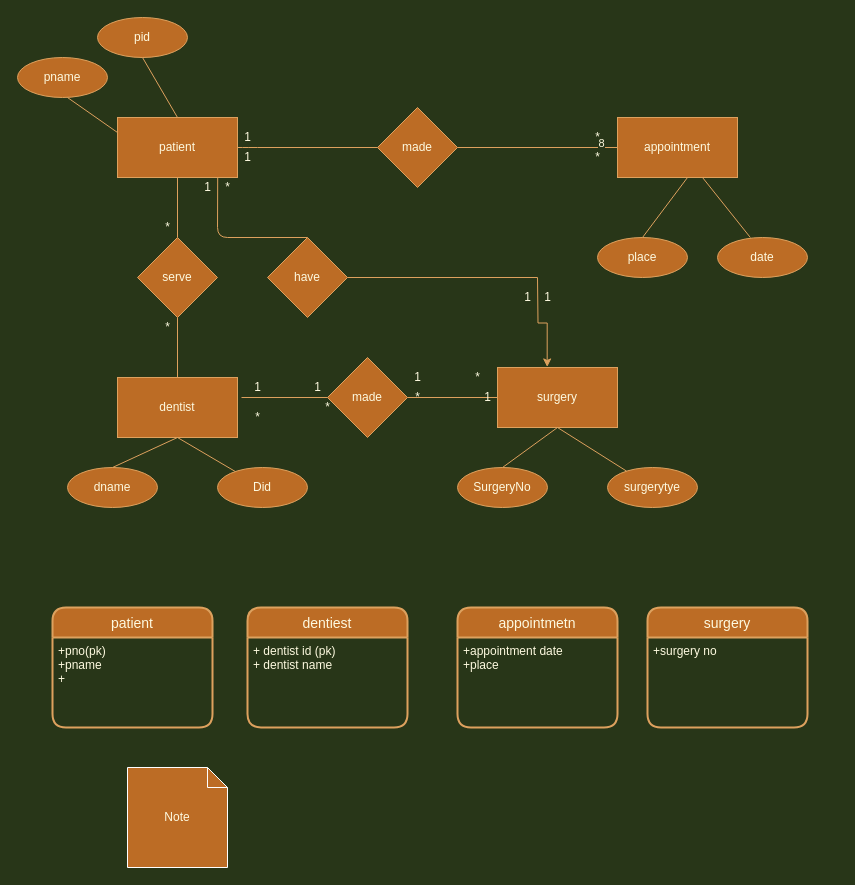
reddaGz/CS_418Database keeps this draw.io diagram as Untitled Diagram.drawio. Above is the earlier version. Source tidied: cells renumbered, new cells numbered last; positions are measured from the earlier drawing's top-left corner, leaving out a move shared by most shapes. Both pictures are drawn from the tidied source at 100%, with x=0, y=0 at pixel (17, 17).
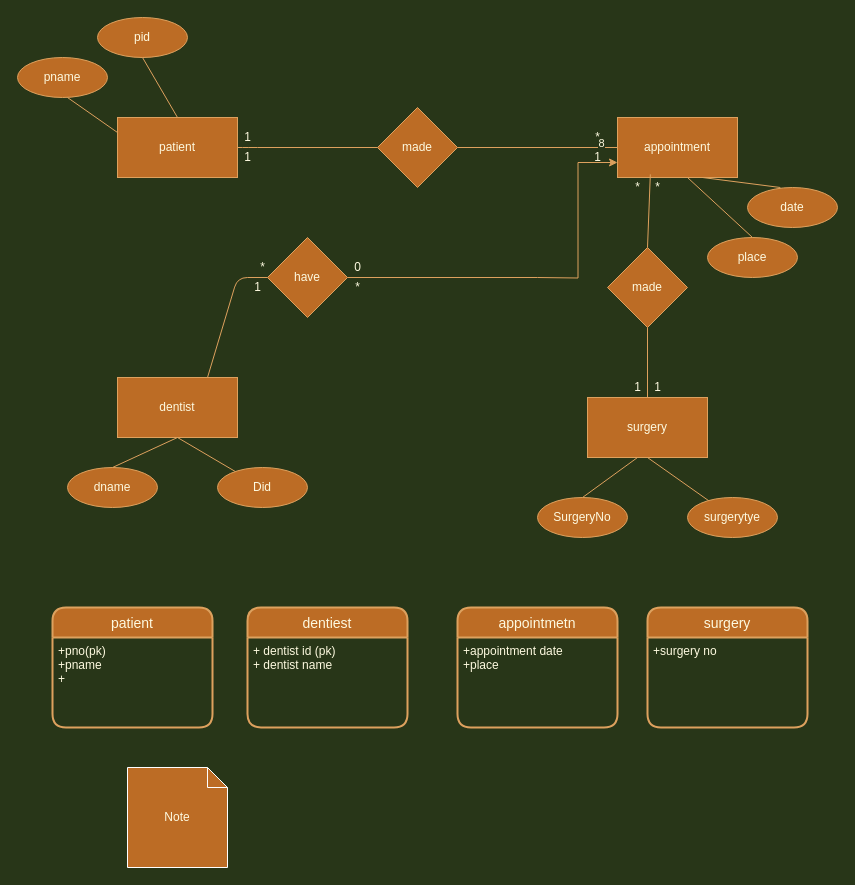
The same diagram, later.

Unchanged cells that the change refers to:
```xml
<mxCell id="2" value="patient" style="rounded=0;whiteSpace=wrap;html=1;fillColor=#BC6C25;strokeColor=#DDA15E;fontColor=#FEFAE0;" parent="1" vertex="1">
  <mxGeometry x="100" y="100" width="120" height="60" as="geometry" />
</mxCell>
<mxCell id="3" value="appointment" style="rounded=0;whiteSpace=wrap;html=1;fillColor=#BC6C25;strokeColor=#DDA15E;fontColor=#FEFAE0;" parent="1" vertex="1">
  <mxGeometry x="600" y="100" width="120" height="60" as="geometry" />
</mxCell>
<mxCell id="5" value="dentist" style="rounded=0;whiteSpace=wrap;html=1;fillColor=#BC6C25;strokeColor=#DDA15E;fontColor=#FEFAE0;" parent="1" vertex="1">
  <mxGeometry x="100" y="360" width="120" height="60" as="geometry" />
</mxCell>
<mxCell id="44" value="have" style="rhombus;whiteSpace=wrap;html=1;fillColor=#BC6C25;strokeColor=#DDA15E;fontColor=#FEFAE0;" parent="1" vertex="1">
  <mxGeometry x="250" y="220" width="80" height="80" as="geometry" />
</mxCell>
```

Change to the diagram source:
```diff
@@
     <mxCell id="6" value="surgery" style="rounded=0;whiteSpace=wrap;html=1;fillColor=#BC6C25;strokeColor=#DDA15E;fontColor=#FEFAE0;" parent="1" vertex="1">
-      <mxGeometry x="480" y="350" width="120" height="60" as="geometry" />
+      <mxGeometry x="570" y="380" width="120" height="60" as="geometry" />
     </mxCell>
-    <mxCell id="7" style="endArrow=none;html=1;entryX=0.5;entryY=1;entryDx=0;entryDy=0;strokeColor=#DDA15E;fontColor=#FEFAE0;labelBackgroundColor=#283618;" parent="1" edge="1" source="27" target="2">
-      <mxGeometry relative="1" as="geometry" />
-    </mxCell>
@@
     <mxCell id="15" value="date" style="ellipse;whiteSpace=wrap;html=1;fillColor=#BC6C25;strokeColor=#DDA15E;fontColor=#FEFAE0;" parent="1" vertex="1">
-      <mxGeometry x="700" y="220" width="90" height="40" as="geometry" />
+      <mxGeometry x="730" y="170" width="90" height="40" as="geometry" />
     </mxCell>
     <mxCell id="16" value="place" style="ellipse;whiteSpace=wrap;html=1;fillColor=#BC6C25;strokeColor=#DDA15E;fontColor=#FEFAE0;" parent="1" vertex="1">
-      <mxGeometry x="580" y="220" width="90" height="40" as="geometry" />
+      <mxGeometry x="690" y="220" width="90" height="40" as="geometry" />
     </mxCell>
     <mxCell id="17" value="SurgeryNo" style="ellipse;whiteSpace=wrap;html=1;fillColor=#BC6C25;strokeColor=#DDA15E;fontColor=#FEFAE0;" parent="1" vertex="1">
-      <mxGeometry x="440" y="450" width="90" height="40" as="geometry" />
+      <mxGeometry x="520" y="480" width="90" height="40" as="geometry" />
     </mxCell>
     <mxCell id="18" value="surgerytye" style="ellipse;whiteSpace=wrap;html=1;fillColor=#BC6C25;strokeColor=#DDA15E;fontColor=#FEFAE0;" parent="1" vertex="1">
-      <mxGeometry x="590" y="450" width="90" height="40" as="geometry" />
+      <mxGeometry x="670" y="480" width="90" height="40" as="geometry" />
     </mxCell>
@@
     <mxCell id="23" style="endArrow=none;html=1;exitX=0.5;exitY=0;exitDx=0;exitDy=0;strokeColor=#DDA15E;fontColor=#FEFAE0;labelBackgroundColor=#283618;" parent="1" edge="1" source="17">
       <mxGeometry relative="1" as="geometry">
-        <mxPoint x="540" y="410" as="targetPoint" />
+        <mxPoint x="620" y="440" as="targetPoint" />
       </mxGeometry>
     </mxCell>
@@
-    <mxCell id="27" value="serve" style="rhombus;whiteSpace=wrap;html=1;fillColor=#BC6C25;strokeColor=#DDA15E;fontColor=#FEFAE0;" parent="1" vertex="1">
-      <mxGeometry x="120" y="220" width="80" height="80" as="geometry" />
-    </mxCell>
-    <mxCell id="28" style="endArrow=none;html=1;entryX=0.5;entryY=1;entryDx=0;entryDy=0;strokeColor=#DDA15E;fontColor=#FEFAE0;labelBackgroundColor=#283618;" parent="1" edge="1" source="5" target="27">
-      <mxGeometry relative="1" as="geometry" />
-    </mxCell>
-    <mxCell id="29" style="endArrow=none;html=1;entryX=0.835;entryY=1;entryDx=0;entryDy=0;entryPerimeter=0;exitX=0.5;exitY=0;exitDx=0;exitDy=0;strokeColor=#DDA15E;fontColor=#FEFAE0;labelBackgroundColor=#283618;" parent="1" edge="1" source="44" target="2">
+    <mxCell id="29" style="endArrow=none;html=1;exitX=0;exitY=0.5;exitDx=0;exitDy=0;strokeColor=#DDA15E;fontColor=#FEFAE0;labelBackgroundColor=#283618;entryX=0.75;entryY=0;entryDx=0;entryDy=0;" parent="1" edge="1" source="44" target="5">
       <mxGeometry relative="1" as="geometry">
         <Array as="points">
-          <mxPoint x="200" y="220" />
+          <mxPoint x="220" y="260" />
         </Array>
       </mxGeometry>
     </mxCell>
-    <mxCell id="30" value="1" style="text;html=1;align=center;verticalAlign=middle;fillColor=none;strokeColor=none;rounded=0;fontColor=#FEFAE0;" parent="1" vertex="1">
-      <mxGeometry x="500" y="270" width="20" height="20" as="geometry" />
+    <mxCell id="30" value="0" style="text;html=1;align=center;verticalAlign=middle;fillColor=none;strokeColor=none;rounded=0;fontColor=#FEFAE0;" parent="1" vertex="1">
+      <mxGeometry x="330" y="240" width="20" height="20" as="geometry" />
     </mxCell>
-    <mxCell id="31" value="*" style="text;html=1;align=center;verticalAlign=middle;fontColor=#FEFAE0;" parent="1" vertex="1">
-      <mxGeometry x="140" y="200" width="20" height="20" as="geometry" />
-    </mxCell>
-    <mxCell id="32" value="*" style="text;html=1;align=center;verticalAlign=middle;fontColor=#FEFAE0;" parent="1" vertex="1">
-      <mxGeometry x="140" y="300" width="20" height="20" as="geometry" />
-    </mxCell>
     <mxCell id="33" value="made" style="rhombus;whiteSpace=wrap;html=1;fillColor=#BC6C25;strokeColor=#DDA15E;fontColor=#FEFAE0;" parent="1" vertex="1">
-      <mxGeometry x="310" y="340" width="80" height="80" as="geometry" />
+      <mxGeometry x="590" y="230" width="80" height="80" as="geometry" />
     </mxCell>
-    <mxCell id="34" style="endArrow=none;html=1;entryX=0;entryY=0.5;entryDx=0;entryDy=0;strokeColor=#DDA15E;fontColor=#FEFAE0;labelBackgroundColor=#283618;" parent="1" edge="1" target="33">
-      <mxGeometry relative="1" as="geometry">
-        <mxPoint x="224" y="380" as="sourcePoint" />
-      </mxGeometry>
+    <mxCell id="34" style="endArrow=none;html=1;entryX=0.5;entryY=0;entryDx=0;entryDy=0;strokeColor=#DDA15E;fontColor=#FEFAE0;labelBackgroundColor=#283618;exitX=0.142;exitY=-0.158;exitDx=0;exitDy=0;exitPerimeter=0;" parent="1" edge="1" source="36" target="33">
+      <mxGeometry relative="1" as="geometry" />
     </mxCell>
-    <mxCell id="35" style="endArrow=none;html=1;entryX=1;entryY=0.5;entryDx=0;entryDy=0;exitX=0;exitY=0.5;exitDx=0;exitDy=0;strokeColor=#DDA15E;fontColor=#FEFAE0;labelBackgroundColor=#283618;" parent="1" edge="1" source="6" target="33">
+    <mxCell id="35" style="endArrow=none;html=1;entryX=0.5;entryY=1;entryDx=0;entryDy=0;exitX=0.5;exitY=0;exitDx=0;exitDy=0;strokeColor=#DDA15E;fontColor=#FEFAE0;labelBackgroundColor=#283618;" parent="1" edge="1" source="6" target="33">
       <mxGeometry relative="1" as="geometry" />
     </mxCell>
-    <mxCell id="36" value="1" style="text;html=1;align=center;verticalAlign=middle;points=[];fontColor=#FEFAE0;" parent="1" vertex="1">
-      <mxGeometry x="230" y="360" width="20" height="20" as="geometry" />
+    <mxCell id="36" value="*" style="text;html=1;align=center;verticalAlign=middle;points=[];fontColor=#FEFAE0;" parent="1" vertex="1">
+      <mxGeometry x="630" y="160" width="20" height="20" as="geometry" />
     </mxCell>
     <mxCell id="37" value="1" style="text;html=1;align=center;verticalAlign=middle;fontColor=#FEFAE0;" parent="1" vertex="1">
-      <mxGeometry x="290" y="360" width="20" height="20" as="geometry" />
+      <mxGeometry x="610" y="360" width="20" height="20" as="geometry" />
     </mxCell>
     <mxCell id="38" value="1" style="text;html=1;align=center;verticalAlign=middle;fontColor=#FEFAE0;" parent="1" vertex="1">
-      <mxGeometry x="390" y="350" width="20" height="20" as="geometry" />
+      <mxGeometry x="630" y="360" width="20" height="20" as="geometry" />
     </mxCell>
     <mxCell id="39" value="*" style="text;html=1;align=center;verticalAlign=middle;fontColor=#FEFAE0;" parent="1" vertex="1">
-      <mxGeometry x="450" y="350" width="20" height="20" as="geometry" />
+      <mxGeometry x="610" y="160" width="20" height="20" as="geometry" />
     </mxCell>
-    <mxCell id="40" value="1" style="text;html=1;align=center;verticalAlign=middle;fontColor=#FEFAE0;" parent="1" vertex="1">
-      <mxGeometry x="460" y="370" width="20" height="20" as="geometry" />
-    </mxCell>
     <mxCell id="41" value="*" style="text;html=1;align=center;verticalAlign=middle;fontColor=#FEFAE0;" parent="1" vertex="1">
-      <mxGeometry x="390" y="370" width="20" height="20" as="geometry" />
+      <mxGeometry x="330" y="260" width="20" height="20" as="geometry" />
     </mxCell>
     <mxCell id="42" value="*" style="text;html=1;align=center;verticalAlign=middle;fontColor=#FEFAE0;" parent="1" vertex="1">
-      <mxGeometry x="300" y="380" width="20" height="20" as="geometry" />
+      <mxGeometry x="235" y="240" width="20" height="20" as="geometry" />
     </mxCell>
-    <mxCell id="43" value="*" style="text;html=1;align=center;verticalAlign=middle;fontColor=#FEFAE0;" parent="1" vertex="1">
-      <mxGeometry x="230" y="390" width="20" height="20" as="geometry" />
-    </mxCell>
@@
-    <mxCell id="45" value="*" style="text;html=1;align=center;verticalAlign=middle;fontColor=#FEFAE0;" parent="1" vertex="1">
-      <mxGeometry x="200" y="160" width="20" height="20" as="geometry" />
-    </mxCell>
-    <mxCell id="46" style="edgeStyle=orthogonalEdgeStyle;rounded=0;jettySize=auto;html=1;entryX=0.414;entryY=-0.009;entryDx=0;entryDy=0;entryPerimeter=0;strokeColor=#DDA15E;fontColor=#FEFAE0;labelBackgroundColor=#283618;" parent="1" edge="1" target="6">
+    <mxCell id="46" style="edgeStyle=orthogonalEdgeStyle;rounded=0;jettySize=auto;html=1;entryX=0;entryY=0.75;entryDx=0;entryDy=0;strokeColor=#DDA15E;fontColor=#FEFAE0;labelBackgroundColor=#283618;" parent="1" edge="1" target="3">
       <mxGeometry relative="1" as="geometry">
         <mxPoint x="520" y="260" as="sourcePoint" />
       </mxGeometry>
     </mxCell>
     <mxCell id="47" value="1" style="text;html=1;align=center;verticalAlign=middle;fontColor=#FEFAE0;" parent="1" vertex="1">
-      <mxGeometry x="520" y="270" width="20" height="20" as="geometry" />
+      <mxGeometry x="230" y="260" width="20" height="20" as="geometry" />
     </mxCell>
-    <mxCell id="48" value="1" style="text;html=1;align=center;verticalAlign=middle;fontColor=#FEFAE0;" parent="1" vertex="1">
-      <mxGeometry x="180" y="160" width="20" height="20" as="geometry" />
-    </mxCell>
@@
-    <mxCell id="50" value="*" style="text;html=1;align=center;verticalAlign=middle;fontColor=#FEFAE0;" parent="1" vertex="1">
+    <mxCell id="50" value="1" style="text;html=1;align=center;verticalAlign=middle;fontColor=#FEFAE0;" parent="1" vertex="1">
       <mxGeometry x="570" y="130" width="20" height="20" as="geometry" />
     </mxCell>
```
